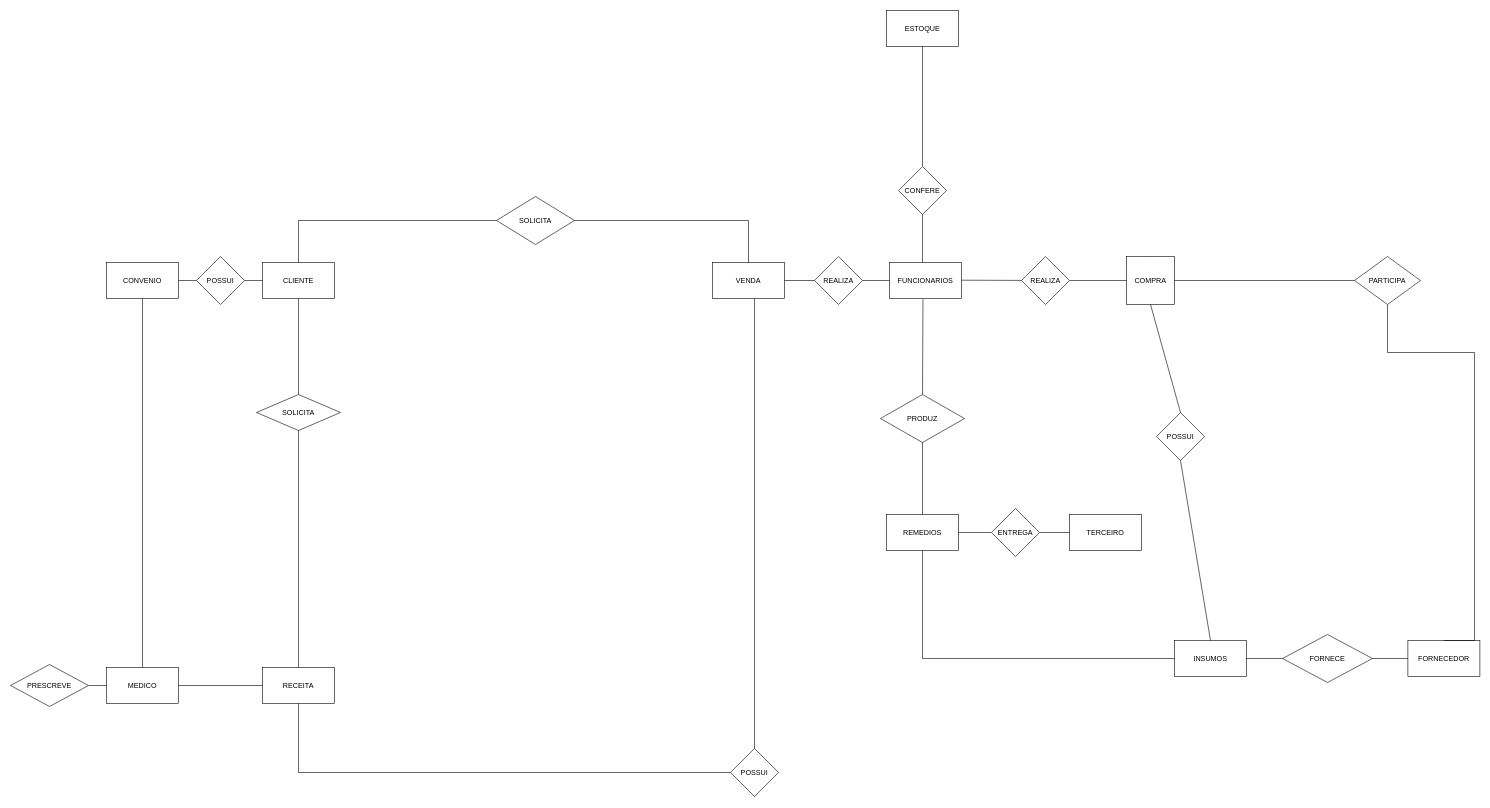
Earlier version of the draw.io diagram Diagrama sem nome.drawio (pedrohenricksds/trabalho-bd). Source tidied: cells renumbered, new cells numbered last; positions are measured from the earlier drawing's top-left corner, leaving out a move shared by most shapes. Both pictures are drawn from the tidied source at 60%, with x=0, y=0 at pixel (10, 10).
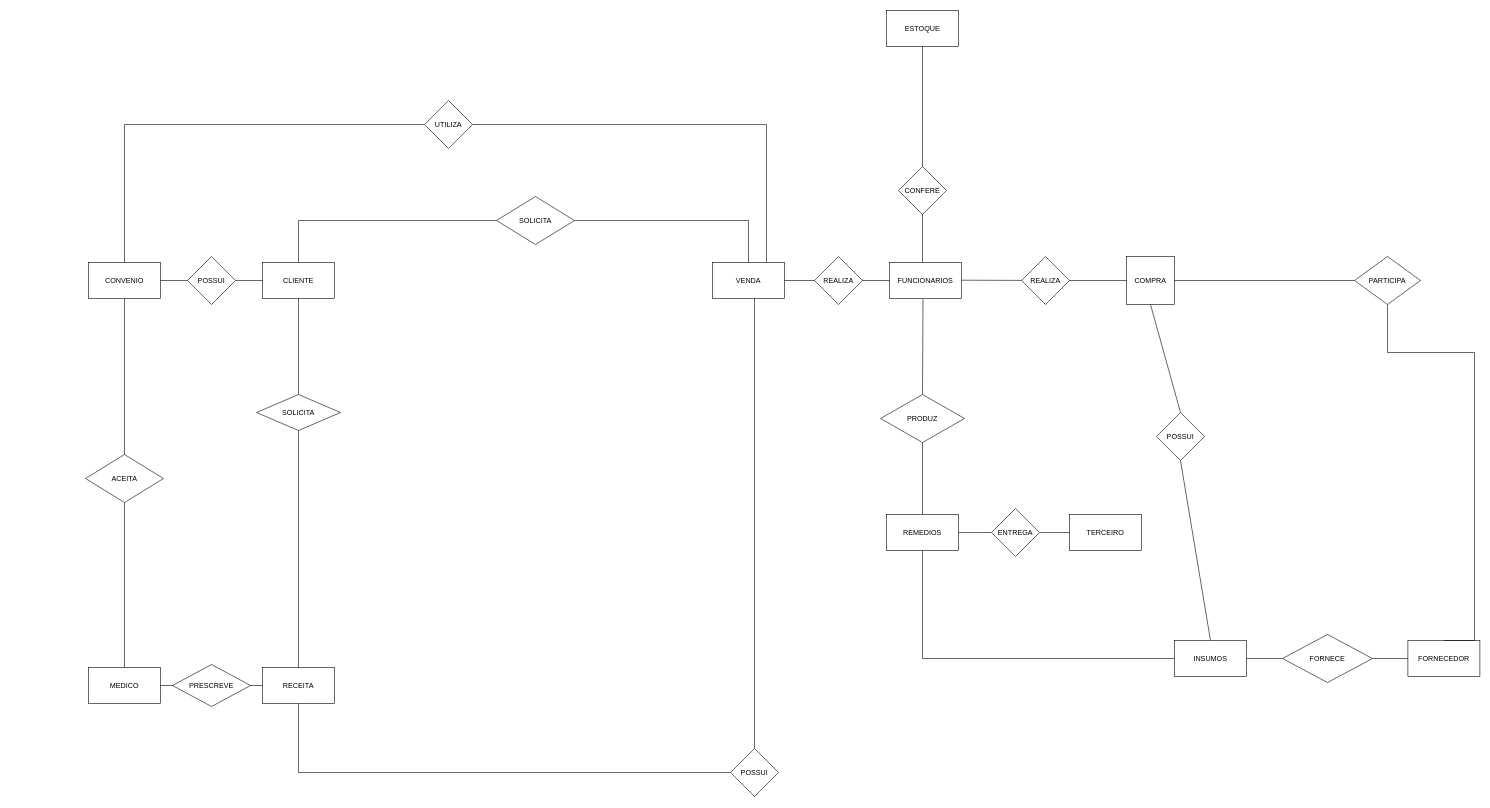
Above is the later version.

Change to the diagram source:
```diff
@@
     <mxCell id="5" value="MEDICO" style="rounded=0;whiteSpace=wrap;html=1;" parent="1" vertex="1">
-      <mxGeometry x="160" y="1095" width="120" height="60" as="geometry" />
+      <mxGeometry x="130" y="1095" width="120" height="60" as="geometry" />
     </mxCell>
-    <mxCell id="6" style="rounded=0;jettySize=auto;html=1;entryX=0.5;entryY=0;entryDx=0;entryDy=0;endArrow=none;endFill=0;" parent="1" edge="1" source="7" target="5">
+    <mxCell id="6" style="rounded=0;jettySize=auto;html=1;entryX=0.5;entryY=0;entryDx=0;entryDy=0;endArrow=none;endFill=0;startArrow=none;" parent="1" edge="1" source="59" target="5">
       <mxGeometry relative="1" as="geometry" />
     </mxCell>
     <mxCell id="7" value="CONVENIO" style="rounded=0;whiteSpace=wrap;html=1;" parent="1" vertex="1">
-      <mxGeometry x="160" y="420" width="120" height="60" as="geometry" />
+      <mxGeometry x="130" y="420" width="120" height="60" as="geometry" />
     </mxCell>
@@
-    <mxCell id="13" style="endArrow=none;html=1;rounded=0;entryX=0;entryY=0.5;entryDx=0;entryDy=0;exitX=1;exitY=0.5;exitDx=0;exitDy=0;startArrow=none;" parent="1" edge="1" source="22" target="5">
-      <mxGeometry relative="1" as="geometry" />
+    <mxCell id="13" style="endArrow=none;html=1;rounded=0;entryX=0;entryY=0.5;entryDx=0;entryDy=0;exitX=1;exitY=0.5;exitDx=0;exitDy=0;startArrow=none;" parent="1" edge="1" target="5">
+      <mxGeometry relative="1" as="geometry">
+        <mxPoint x="130" y="1125" as="sourcePoint" />
+      </mxGeometry>
     </mxCell>
@@
-    <mxCell id="22" value="PRESCREVE" style="rhombus;whiteSpace=wrap;html=1;" parent="1" vertex="1">
-      <mxGeometry y="1090" width="130" height="70" as="geometry" />
-    </mxCell>
@@
     <mxCell id="33" value="POSSUI" style="rhombus;whiteSpace=wrap;html=1;" parent="1" vertex="1">
-      <mxGeometry x="310" y="410" width="80" height="80" as="geometry" />
+      <mxGeometry x="295" y="410" width="80" height="80" as="geometry" />
     </mxCell>
-    <mxCell id="34" style="endArrow=none;html=1;rounded=0;entryX=0;entryY=0.5;entryDx=0;entryDy=0;" parent="1" edge="1" target="33">
-      <mxGeometry relative="1" as="geometry">
-        <mxPoint x="280" y="450" as="sourcePoint" />
-      </mxGeometry>
+    <mxCell id="34" style="endArrow=none;html=1;rounded=0;entryX=0;entryY=0.5;entryDx=0;entryDy=0;exitX=1;exitY=0.5;exitDx=0;exitDy=0;" parent="1" edge="1" source="7" target="33">
+      <mxGeometry relative="1" as="geometry" />
     </mxCell>
@@
+    <mxCell id="22" value="PRESCREVE" style="rhombus;whiteSpace=wrap;html=1;" parent="1" vertex="1">
+      <mxGeometry x="270" y="1090" width="130" height="70" as="geometry" />
+    </mxCell>
+    <mxCell id="59" value="ACEITA" style="rhombus;whiteSpace=wrap;html=1;" parent="1" vertex="1">
+      <mxGeometry x="125" y="740" width="130" height="80" as="geometry" />
+    </mxCell>
+    <mxCell id="60" style="rounded=0;jettySize=auto;html=1;entryX=0.5;entryY=0;entryDx=0;entryDy=0;endArrow=none;endFill=0;" parent="1" edge="1" source="7" target="59">
+      <mxGeometry relative="1" as="geometry" />
+    </mxCell>
+    <mxCell id="61" style="endArrow=none;html=1;rounded=0;entryX=0.5;entryY=0;entryDx=0;entryDy=0;startArrow=none;" parent="1" edge="1" source="62" target="7">
+      <mxGeometry relative="1" as="geometry">
+        <Array as="points">
+          <mxPoint x="190" y="190" />
+        </Array>
+      </mxGeometry>
+    </mxCell>
+    <mxCell id="62" value="UTILIZA" style="rhombus;whiteSpace=wrap;html=1;" parent="1" vertex="1">
+      <mxGeometry x="690" y="150" width="80" height="80" as="geometry" />
+    </mxCell>
+    <mxCell id="63" style="endArrow=none;html=1;rounded=0;entryX=1;entryY=0.5;entryDx=0;entryDy=0;" parent="1" edge="1" target="62">
+      <mxGeometry relative="1" as="geometry">
+        <mxPoint x="1260" y="420" as="sourcePoint" />
+        <Array as="points">
+          <mxPoint x="1260" y="190" />
+        </Array>
+      </mxGeometry>
+    </mxCell>
```
